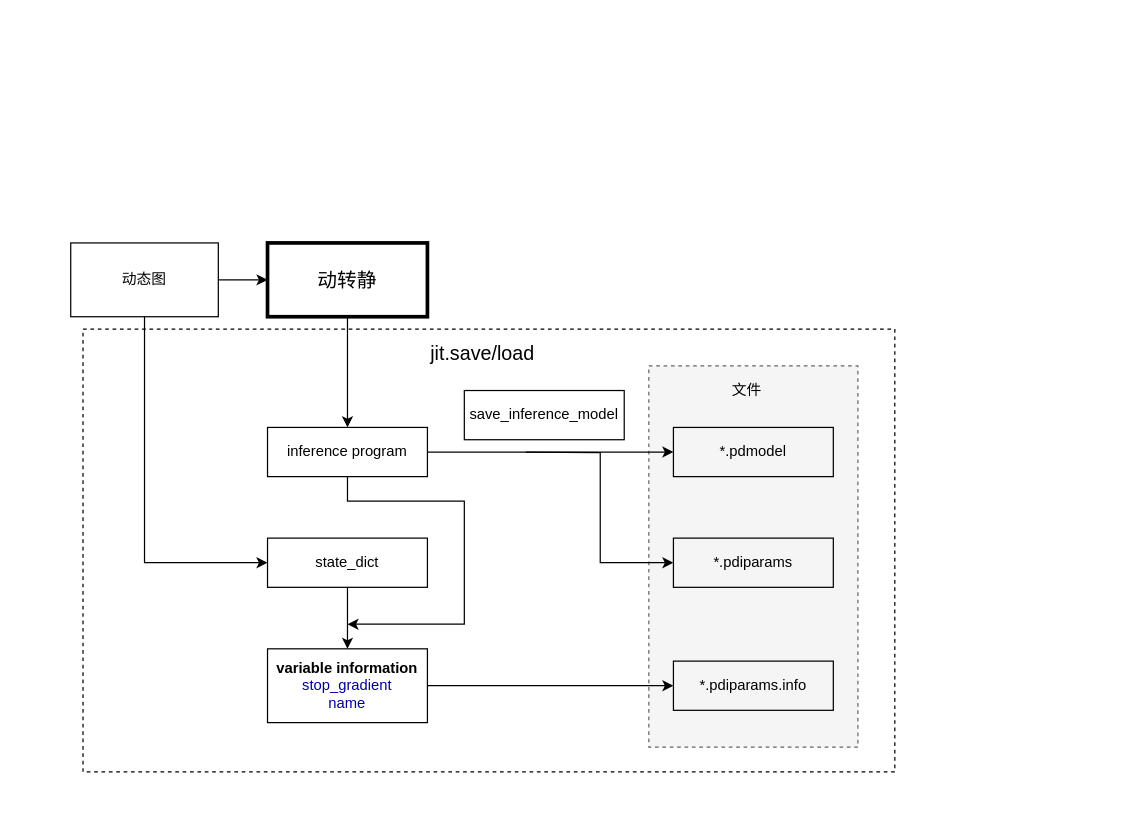
This is save/jit.drawio from hbwx24/draw.io, a draw.io file, before an edit. Source tidied: cells renumbered, new cells numbered last; positions are measured from the earlier drawing's top-left corner, leaving out a move shared by most shapes. Both pictures are drawn from the tidied source at 123%, with x=0, y=0 at pixel (70, 242).
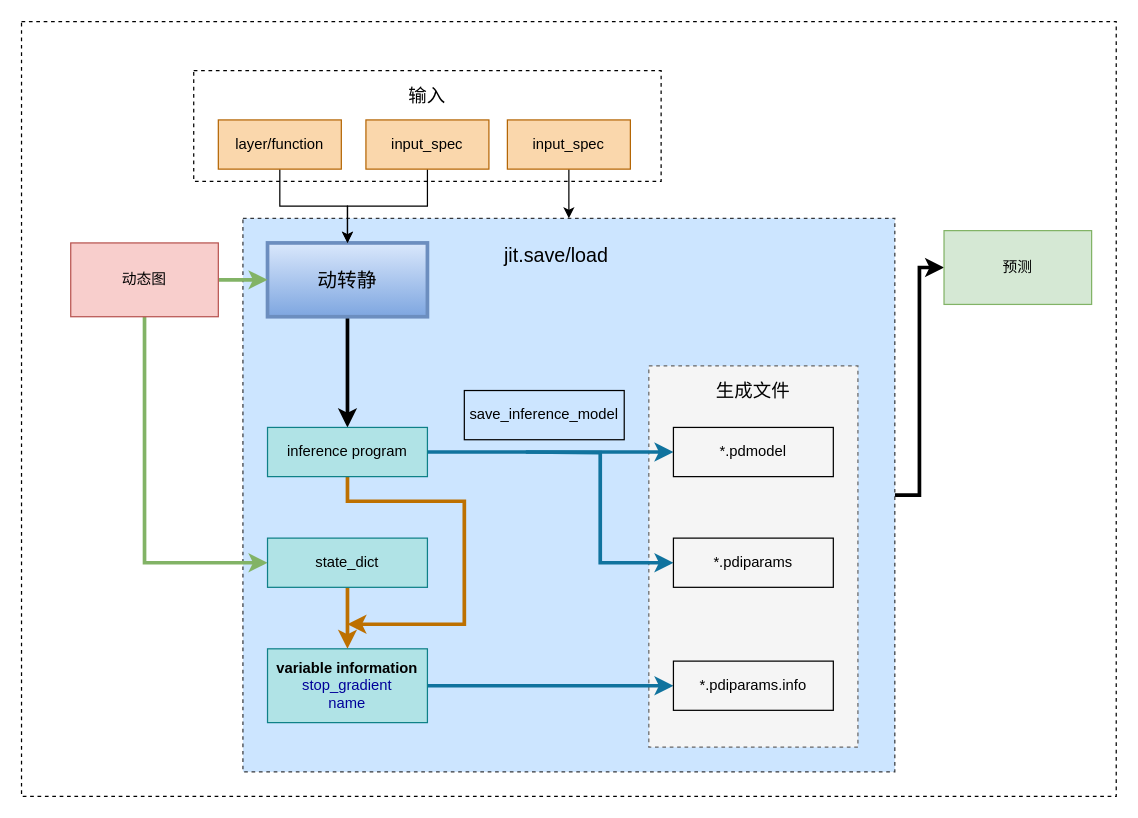
The same diagram, later.

The change refers to these unchanged cells:
```xml
<mxCell id="17" value="*.pdmodel" style="rounded=0;whiteSpace=wrap;html=1;fillColor=none;" parent="1" vertex="1">
  <mxGeometry x="490" y="150" width="130" height="40" as="geometry" />
</mxCell>
<mxCell id="18" value="*.pdiparams" style="rounded=0;whiteSpace=wrap;html=1;fillColor=none;" parent="1" vertex="1">
  <mxGeometry x="490" y="240" width="130" height="40" as="geometry" />
</mxCell>
<mxCell id="19" value="*.pdiparams.info" style="rounded=0;whiteSpace=wrap;html=1;fillColor=none;" parent="1" vertex="1">
  <mxGeometry x="490" y="340" width="130" height="40" as="geometry" />
</mxCell>
```

Change to the diagram source:
```diff
@@
+    <mxCell id="23" style="rounded=0;whiteSpace=wrap;html=1;dashed=1;strokeWidth=1;" parent="1" vertex="1">
+      <mxGeometry x="-40" y="-180" width="890" height="630" as="geometry" />
+    </mxCell>
+    <mxCell id="24" style="rounded=0;whiteSpace=wrap;html=1;dashed=1;strokeWidth=1;fillColor=none;" parent="1" vertex="1">
+      <mxGeometry x="100" y="-140" width="380" height="90" as="geometry" />
+    </mxCell>
+    <mxCell id="25" style="edgeStyle=orthogonalEdgeStyle;rounded=0;jettySize=auto;html=1;entryX=0;entryY=0.5;entryDx=0;entryDy=0;strokeWidth=3;" parent="1" edge="1" source="21" target="33">
+      <mxGeometry relative="1" as="geometry" />
+    </mxCell>
+    <mxCell id="21" style="rounded=0;whiteSpace=wrap;html=1;dashed=1;strokeWidth=1;fillColor=#cce5ff;strokeColor=#36393d;" parent="1" vertex="1">
+      <mxGeometry x="140" y="-20" width="530" height="450" as="geometry" />
+    </mxCell>
@@
-    <mxCell id="3" style="edgeStyle=orthogonalEdgeStyle;rounded=0;jettySize=auto;html=1;entryX=0.5;entryY=0;entryDx=0;entryDy=0;" parent="1" edge="1" source="4" target="10">
+    <mxCell id="3" style="edgeStyle=orthogonalEdgeStyle;rounded=0;jettySize=auto;html=1;entryX=0.5;entryY=0;entryDx=0;entryDy=0;strokeWidth=3;" parent="1" edge="1" source="4" target="10">
       <mxGeometry relative="1" as="geometry" />
     </mxCell>
-    <mxCell id="4" value="&lt;font style=&quot;font-size: 16px&quot;&gt;动转静&lt;/font&gt;" style="rounded=0;whiteSpace=wrap;html=1;fillColor=none;strokeWidth=3;" parent="1" vertex="1">
+    <mxCell id="4" value="&lt;font style=&quot;font-size: 16px&quot;&gt;动转静&lt;/font&gt;" style="rounded=0;whiteSpace=wrap;html=1;fillColor=#dae8fc;strokeWidth=3;gradientColor=#7ea6e0;strokeColor=#6c8ebf;" parent="1" vertex="1">
       <mxGeometry x="160" width="130" height="60" as="geometry" />
     </mxCell>
-    <mxCell id="5" style="edgeStyle=orthogonalEdgeStyle;rounded=0;jettySize=auto;html=1;entryX=0;entryY=0.5;entryDx=0;entryDy=0;" parent="1" edge="1" source="7" target="4">
+    <mxCell id="5" style="edgeStyle=orthogonalEdgeStyle;rounded=0;jettySize=auto;html=1;entryX=0;entryY=0.5;entryDx=0;entryDy=0;fillColor=#d5e8d4;strokeColor=#82b366;strokeWidth=3;gradientColor=#97d077;" parent="1" edge="1" source="7" target="4">
       <mxGeometry relative="1" as="geometry" />
     </mxCell>
-    <mxCell id="6" style="edgeStyle=orthogonalEdgeStyle;rounded=0;jettySize=auto;html=1;entryX=0;entryY=0.5;entryDx=0;entryDy=0;" parent="1" edge="1" source="7" target="13">
+    <mxCell id="6" style="edgeStyle=orthogonalEdgeStyle;rounded=0;jettySize=auto;html=1;entryX=0;entryY=0.5;entryDx=0;entryDy=0;fillColor=#d5e8d4;strokeColor=#82b366;strokeWidth=3;gradientColor=#97d077;" parent="1" edge="1" source="7" target="13">
       <mxGeometry relative="1" as="geometry">
         <Array as="points">
           <mxPoint x="60" y="260" />
         </Array>
       </mxGeometry>
     </mxCell>
-    <mxCell id="7" value="动态图" style="rounded=0;whiteSpace=wrap;html=1;fillColor=none;" parent="1" vertex="1">
+    <mxCell id="7" value="动态图" style="rounded=0;whiteSpace=wrap;html=1;fillColor=#f8cecc;strokeColor=#b85450;" parent="1" vertex="1">
       <mxGeometry width="120" height="60" as="geometry" />
     </mxCell>
-    <mxCell id="8" style="edgeStyle=orthogonalEdgeStyle;rounded=0;jettySize=auto;html=1;entryX=0;entryY=0.5;entryDx=0;entryDy=0;" parent="1" edge="1" source="10" target="17">
+    <mxCell id="8" style="edgeStyle=orthogonalEdgeStyle;rounded=0;jettySize=auto;html=1;entryX=0;entryY=0.5;entryDx=0;entryDy=0;fillColor=#b1ddf0;strokeColor=#10739e;strokeWidth=3;" parent="1" edge="1" source="10" target="17">
       <mxGeometry relative="1" as="geometry" />
     </mxCell>
-    <mxCell id="9" style="edgeStyle=orthogonalEdgeStyle;rounded=0;jettySize=auto;html=1;" parent="1" edge="1" source="10">
+    <mxCell id="9" style="edgeStyle=orthogonalEdgeStyle;rounded=0;jettySize=auto;html=1;fillColor=#f0a30a;strokeColor=#BD7000;strokeWidth=3;" parent="1" edge="1" source="10">
       <mxGeometry relative="1" as="geometry">
         <mxPoint x="225" y="310" as="targetPoint" />
         <Array as="points">
           <mxPoint x="225" y="210" />
           <mxPoint x="320" y="210" />
         </Array>
       </mxGeometry>
     </mxCell>
-    <mxCell id="10" value="inference program" style="rounded=0;whiteSpace=wrap;html=1;fillColor=none;" parent="1" vertex="1">
+    <mxCell id="10" value="inference program" style="rounded=0;whiteSpace=wrap;html=1;fillColor=#b0e3e6;strokeColor=#0e8088;" parent="1" vertex="1">
       <mxGeometry x="160" y="150" width="130" height="40" as="geometry" />
     </mxCell>
-    <mxCell id="11" style="edgeStyle=orthogonalEdgeStyle;rounded=0;jettySize=auto;html=1;entryX=0;entryY=0.5;entryDx=0;entryDy=0;" parent="1" edge="1" target="18">
+    <mxCell id="11" style="edgeStyle=orthogonalEdgeStyle;rounded=0;jettySize=auto;html=1;entryX=0;entryY=0.5;entryDx=0;entryDy=0;fillColor=#b1ddf0;strokeColor=#10739e;strokeWidth=3;" parent="1" edge="1" target="18">
       <mxGeometry relative="1" as="geometry">
         <mxPoint x="370" y="170" as="sourcePoint" />
       </mxGeometry>
     </mxCell>
-    <mxCell id="12" style="edgeStyle=orthogonalEdgeStyle;rounded=0;jettySize=auto;html=1;entryX=0.5;entryY=0;entryDx=0;entryDy=0;" parent="1" edge="1" source="13" target="15">
+    <mxCell id="12" style="edgeStyle=orthogonalEdgeStyle;rounded=0;jettySize=auto;html=1;entryX=0.5;entryY=0;entryDx=0;entryDy=0;fillColor=#f0a30a;strokeColor=#BD7000;strokeWidth=3;" parent="1" edge="1" source="13" target="15">
       <mxGeometry relative="1" as="geometry" />
     </mxCell>
-    <mxCell id="13" value="state_dict" style="rounded=0;whiteSpace=wrap;html=1;fillColor=none;" parent="1" vertex="1">
+    <mxCell id="13" value="state_dict" style="rounded=0;whiteSpace=wrap;html=1;fillColor=#b0e3e6;strokeColor=#0e8088;" parent="1" vertex="1">
       <mxGeometry x="160" y="240" width="130" height="40" as="geometry" />
     </mxCell>
-    <mxCell id="14" style="edgeStyle=orthogonalEdgeStyle;rounded=0;jettySize=auto;html=1;entryX=0;entryY=0.5;entryDx=0;entryDy=0;" parent="1" edge="1" source="15" target="19">
+    <mxCell id="14" style="edgeStyle=orthogonalEdgeStyle;rounded=0;jettySize=auto;html=1;entryX=0;entryY=0.5;entryDx=0;entryDy=0;fillColor=#b1ddf0;strokeColor=#10739e;strokeWidth=3;" parent="1" edge="1" source="15" target="19">
       <mxGeometry relative="1" as="geometry" />
     </mxCell>
-    <mxCell id="15" value="&lt;b&gt;variable information&lt;/b&gt;&lt;br&gt;&lt;font color=&quot;#000099&quot;&gt;stop_gradient&lt;br&gt;name&lt;/font&gt;" style="rounded=0;whiteSpace=wrap;html=1;fillColor=none;" parent="1" vertex="1">
+    <mxCell id="15" value="&lt;b&gt;variable information&lt;/b&gt;&lt;br&gt;&lt;font color=&quot;#000099&quot;&gt;stop_gradient&lt;br&gt;name&lt;/font&gt;" style="rounded=0;whiteSpace=wrap;html=1;fillColor=#b0e3e6;strokeColor=#0e8088;" parent="1" vertex="1">
       <mxGeometry x="160" y="330" width="130" height="60" as="geometry" />
     </mxCell>
@@
-    <mxCell id="20" value="文件" style="text;html=1;strokeColor=none;fillColor=none;align=center;verticalAlign=middle;whiteSpace=wrap;rounded=0;dashed=1;" parent="1" vertex="1">
-      <mxGeometry x="530" y="110" width="40" height="20" as="geometry" />
+    <mxCell id="20" value="&lt;font style=&quot;font-size: 15px&quot;&gt;生成文件&lt;/font&gt;" style="text;html=1;strokeColor=none;fillColor=none;align=center;verticalAlign=middle;whiteSpace=wrap;rounded=0;dashed=1;" parent="1" vertex="1">
+      <mxGeometry x="520" y="110" width="70" height="20" as="geometry" />
     </mxCell>
-    <mxCell id="21" style="rounded=0;whiteSpace=wrap;html=1;dashed=1;strokeWidth=1;fillColor=none;" parent="1" vertex="1">
-      <mxGeometry x="10" y="70" width="660" height="360" as="geometry" />
-    </mxCell>
     <mxCell id="22" value="&lt;font style=&quot;font-size: 16px&quot;&gt;jit.save/load&lt;/font&gt;" style="text;html=1;strokeColor=none;fillColor=none;align=center;verticalAlign=middle;whiteSpace=wrap;rounded=0;dashed=1;" parent="1" vertex="1">
-      <mxGeometry x="300" y="80" width="70" height="20" as="geometry" />
+      <mxGeometry x="360" width="70" height="20" as="geometry" />
     </mxCell>
+    <mxCell id="26" style="edgeStyle=orthogonalEdgeStyle;rounded=0;jettySize=auto;html=1;entryX=0.5;entryY=0;entryDx=0;entryDy=0;" parent="1" edge="1" source="27" target="4">
+      <mxGeometry relative="1" as="geometry" />
+    </mxCell>
+    <mxCell id="27" value="layer/function" style="rounded=0;whiteSpace=wrap;html=1;fillColor=#fad7ac;strokeColor=#b46504;" parent="1" vertex="1">
+      <mxGeometry x="120" y="-100" width="100" height="40" as="geometry" />
+    </mxCell>
+    <mxCell id="28" style="edgeStyle=orthogonalEdgeStyle;rounded=0;jettySize=auto;html=1;entryX=0.5;entryY=0;entryDx=0;entryDy=0;" parent="1" edge="1" source="29" target="4">
+      <mxGeometry relative="1" as="geometry" />
+    </mxCell>
+    <mxCell id="29" value="input_spec" style="rounded=0;whiteSpace=wrap;html=1;fillColor=#fad7ac;strokeColor=#b46504;" parent="1" vertex="1">
+      <mxGeometry x="240" y="-100" width="100" height="40" as="geometry" />
+    </mxCell>
+    <mxCell id="30" style="edgeStyle=orthogonalEdgeStyle;rounded=0;jettySize=auto;html=1;" parent="1" edge="1" source="31" target="21">
+      <mxGeometry relative="1" as="geometry" />
+    </mxCell>
+    <mxCell id="31" value="input_spec" style="rounded=0;whiteSpace=wrap;html=1;fillColor=#fad7ac;strokeColor=#b46504;" parent="1" vertex="1">
+      <mxGeometry x="355" y="-100" width="100" height="40" as="geometry" />
+    </mxCell>
+    <mxCell id="32" value="&lt;font style=&quot;font-size: 15px&quot;&gt;输入&lt;/font&gt;" style="text;html=1;strokeColor=none;fillColor=none;align=center;verticalAlign=middle;whiteSpace=wrap;rounded=0;dashed=1;" parent="1" vertex="1">
+      <mxGeometry x="255" y="-130" width="70" height="20" as="geometry" />
+    </mxCell>
+    <mxCell id="33" value="预测" style="rounded=0;whiteSpace=wrap;html=1;fillColor=#d5e8d4;strokeColor=#82b366;" parent="1" vertex="1">
+      <mxGeometry x="710" y="-10" width="120" height="60" as="geometry" />
+    </mxCell>
```
